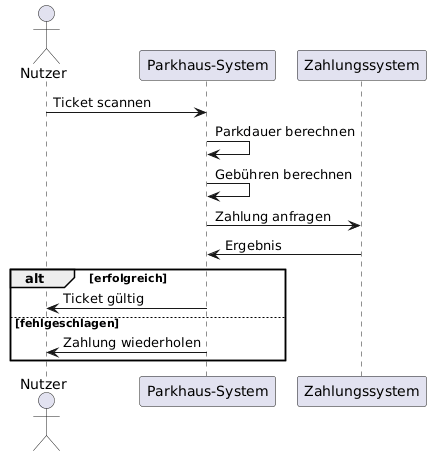
This is documentation/diagrams/Bezahlung.png from Adyrem/parking, a PlantUML export, as it was before one commit. Its diagram source:
```plantuml
@startuml
actor Nutzer
participant "Parkhaus-System" as System
participant "Zahlungssystem" as Payment

Nutzer -> System : Ticket scannen
System -> System : Parkdauer berechnen
System -> System : Gebühren berechnen

System -> Payment : Zahlung anfragen
Payment -> System : Ergebnis

alt erfolgreich
  System -> Nutzer : Ticket gültig
else fehlgeschlagen
  System -> Nutzer : Zahlung wiederholen
end
@enduml
```
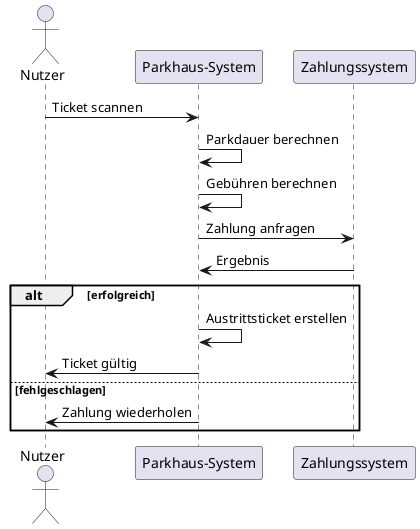
Above is the later version.

What changed in the source:
```diff
@@ -11,8 +11,10 @@
 Payment -> System : Ergebnis
 
 alt erfolgreich
+  System -> System : Austrittsticket erstellen
   System -> Nutzer : Ticket gültig
 else fehlgeschlagen
   System -> Nutzer : Zahlung wiederholen
 end
+
 @enduml
```
